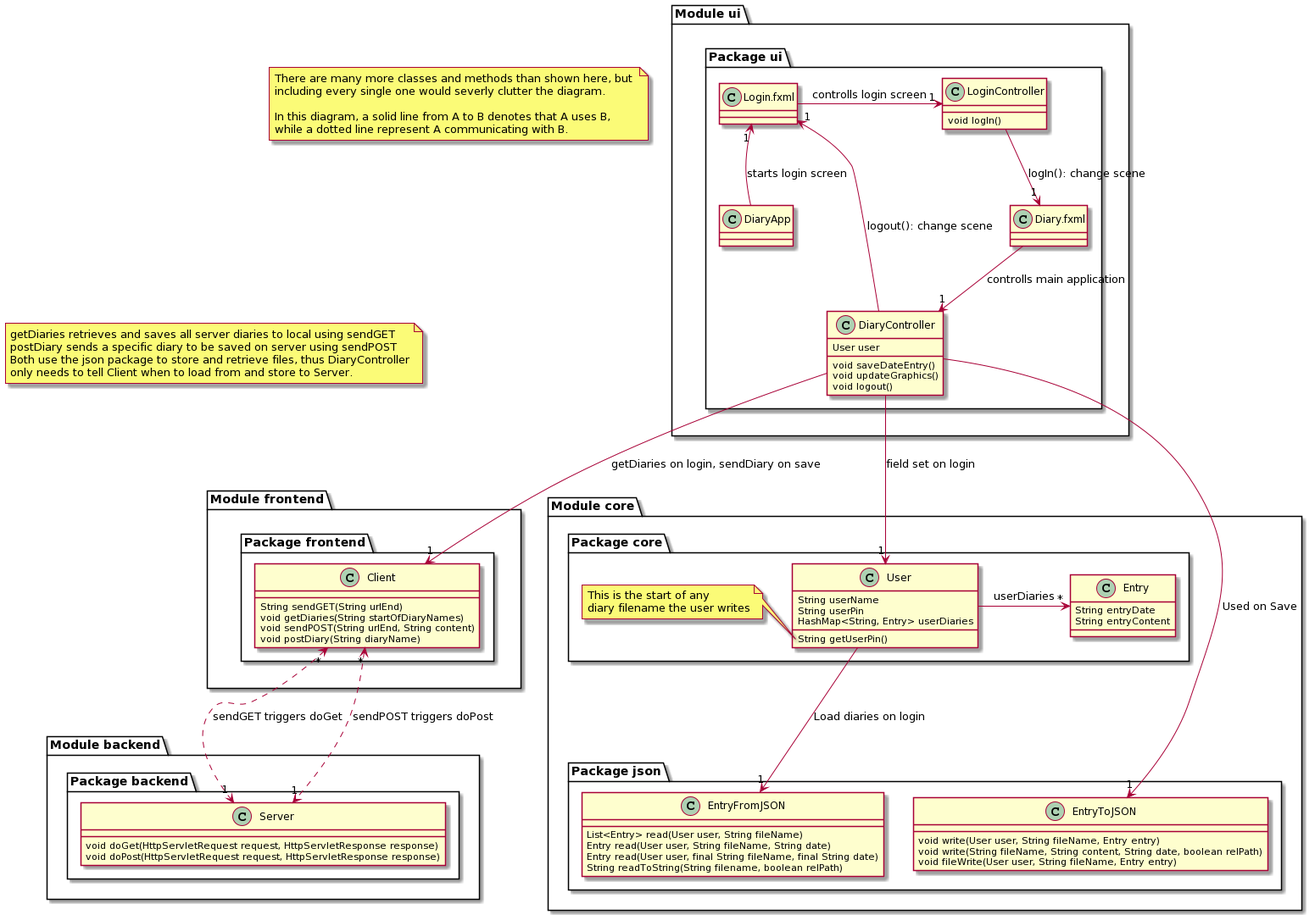
Above: docs/resources/Class_diagram.png in ScandiumSG/ITP_DiaryApplication (PlantUML), before the change.
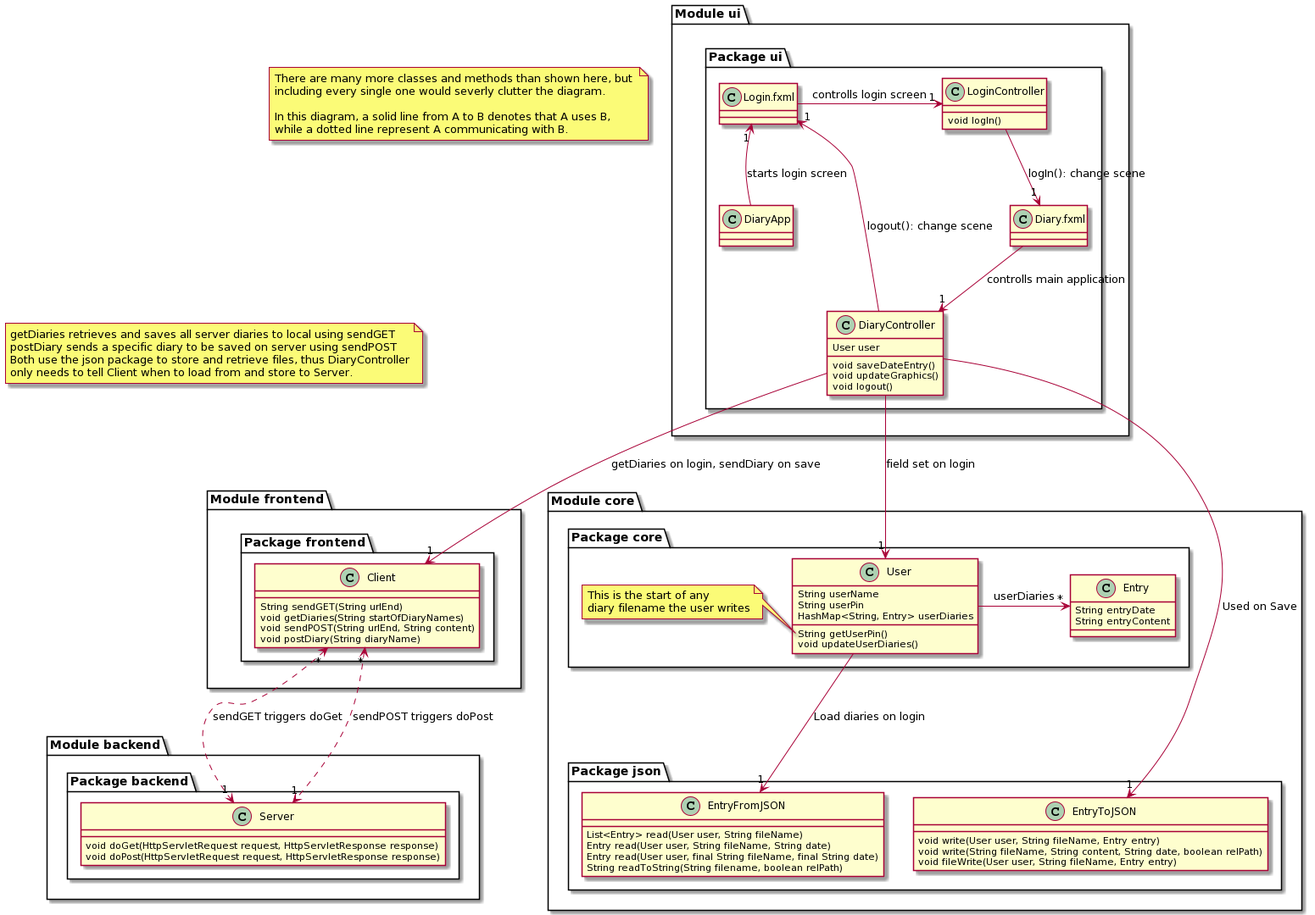
Above is the later version.

The edit, as a diff of the source:
```diff
@@ -58,6 +58,7 @@
       String userPin
       HashMap<String, Entry> userDiaries
       String getUserPin()
+      void updateUserDiaries()
     }
     note left of User::getUserPin()
       This is the start of any
```
